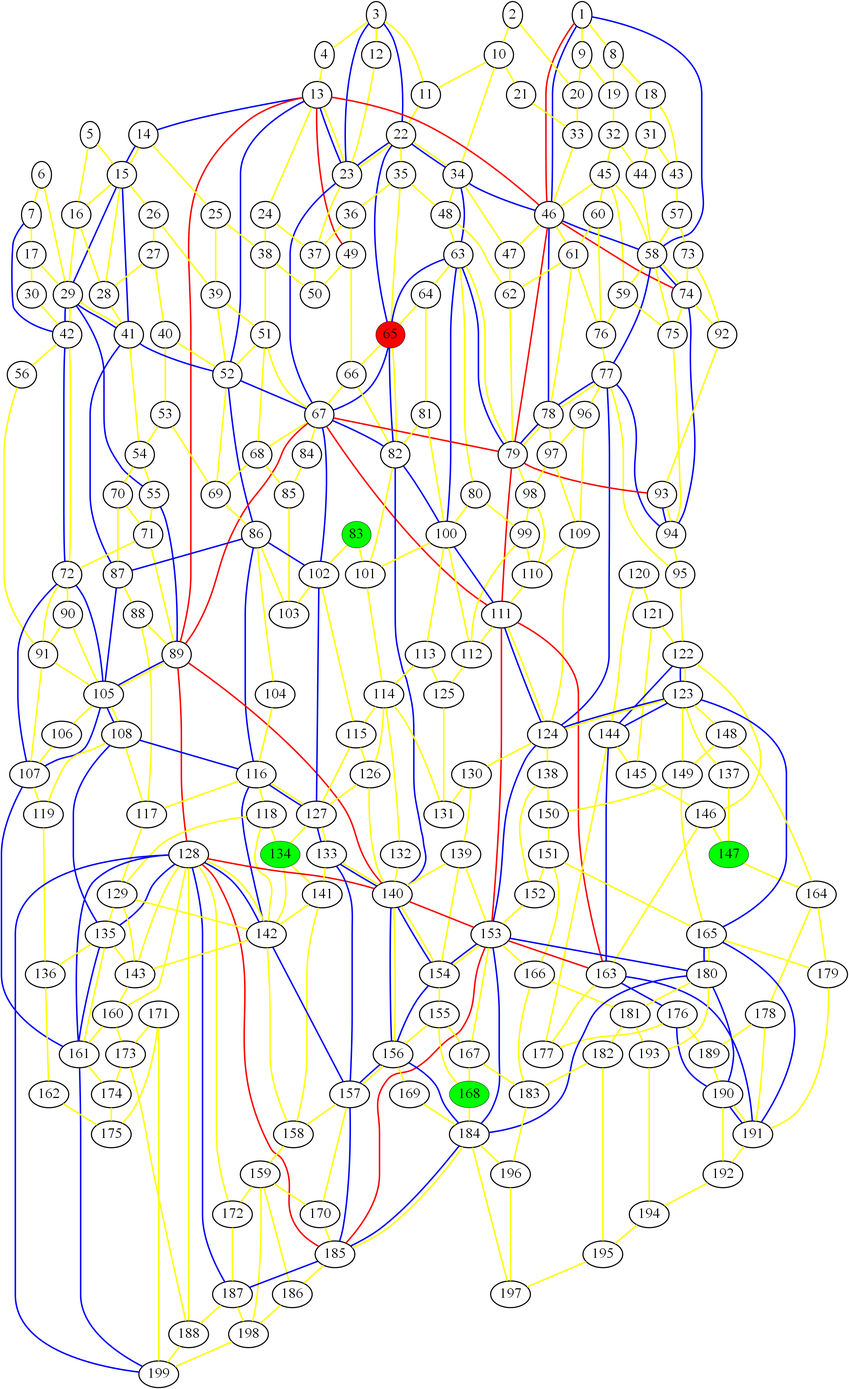
Earlier version of the Graphviz export graph_17.png (ed-churchill/complex-systems-project). Its source is kept beside it as graph_17.gv.
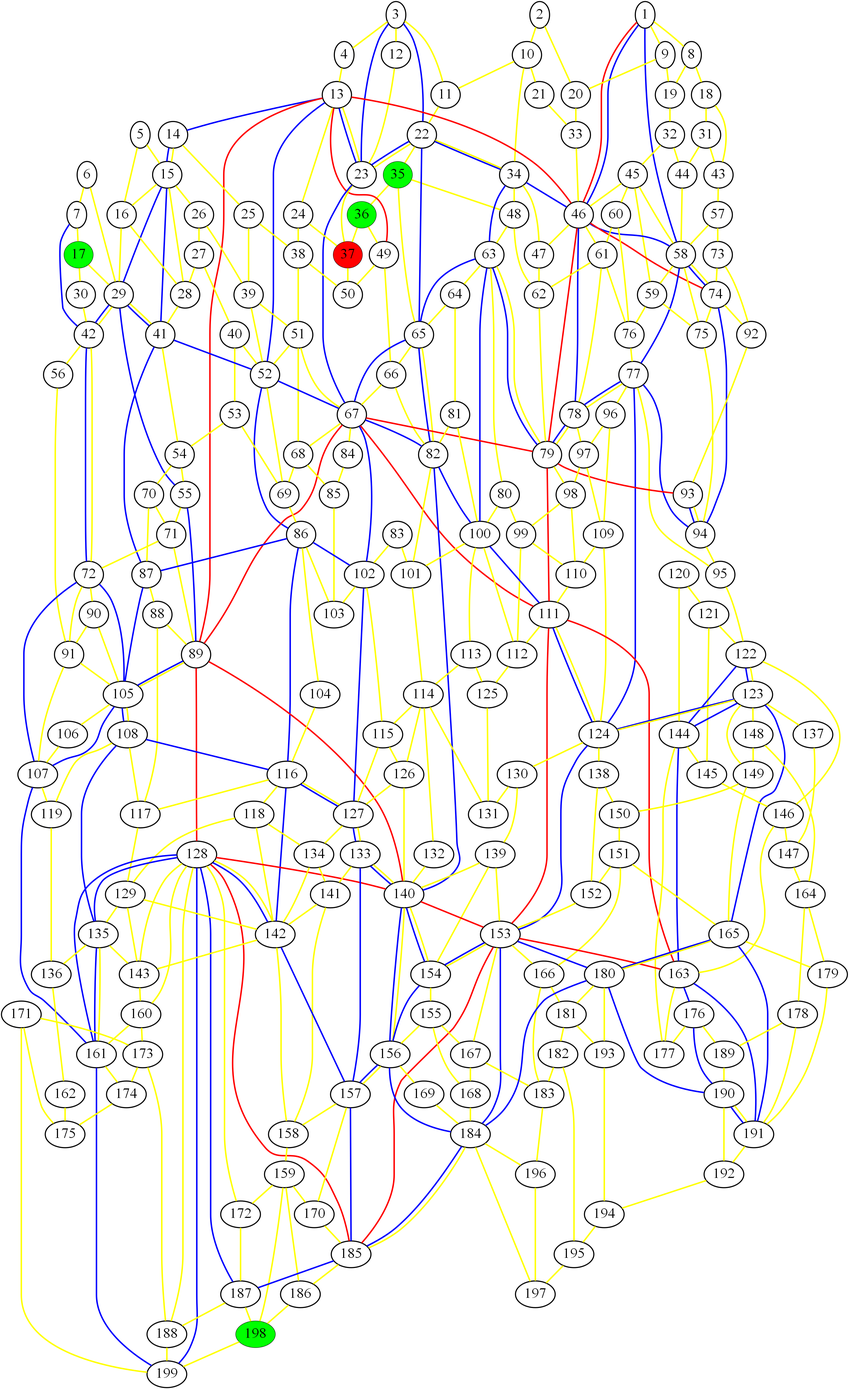
After the commit.

What changed in the source:
```diff
@@ -1,9 +1,9 @@
 graph london_graph {
-65 [fillcolor=red, fontsize=40, pendwidth=3, style=filled];
-134 [fillcolor=green, fontsize=40, pendwidth=3, style=filled];
-147 [fillcolor=green, fontsize=40, pendwidth=3, style=filled];
-168 [fillcolor=green, fontsize=40, pendwidth=3, style=filled];
-83 [fillcolor=green, fontsize=40, pendwidth=3, style=filled];
+37 [fillcolor=red, fontsize=40, pendwidth=3, style=filled];
+17 [fillcolor=green, fontsize=40, pendwidth=3, style=filled];
+36 [fillcolor=green, fontsize=40, pendwidth=3, style=filled];
+198 [fillcolor=green, fontsize=40, pendwidth=3, style=filled];
+35 [fillcolor=green, fontsize=40, pendwidth=3, style=filled];
 1 [fontsize=40, penwidth=3];
 2 [fontsize=40, penwidth=3];
 3 [fontsize=40, penwidth=3];
@@ -20,7 +20,6 @@
 14 [fontsize=40, penwidth=3];
 15 [fontsize=40, penwidth=3];
 16 [fontsize=40, penwidth=3];
-17 [fontsize=40, penwidth=3];
 18 [fontsize=40, penwidth=3];
 19 [fontsize=40, penwidth=3];
 20 [fontsize=40, penwidth=3];
@@ -38,9 +37,6 @@
 32 [fontsize=40, penwidth=3];
 33 [fontsize=40, penwidth=3];
 34 [fontsize=40, penwidth=3];
-35 [fontsize=40, penwidth=3];
-36 [fontsize=40, penwidth=3];
-37 [fontsize=40, penwidth=3];
 38 [fontsize=40, penwidth=3];
 39 [fontsize=40, penwidth=3];
 40 [fontsize=40, penwidth=3];
@@ -68,6 +64,7 @@
 62 [fontsize=40, penwidth=3];
 63 [fontsize=40, penwidth=3];
 64 [fontsize=40, penwidth=3];
+65 [fontsize=40, penwidth=3];
 66 [fontsize=40, penwidth=3];
 67 [fontsize=40, penwidth=3];
 68 [fontsize=40, penwidth=3];
@@ -85,6 +82,7 @@
 80 [fontsize=40, penwidth=3];
 81 [fontsize=40, penwidth=3];
 82 [fontsize=40, penwidth=3];
+83 [fontsize=40, penwidth=3];
 84 [fontsize=40, penwidth=3];
 85 [fontsize=40, penwidth=3];
 86 [fontsize=40, penwidth=3];
@@ -135,6 +133,7 @@
 131 [fontsize=40, penwidth=3];
 132 [fontsize=40, penwidth=3];
 133 [fontsize=40, penwidth=3];
+134 [fontsize=40, penwidth=3];
 135 [fontsize=40, penwidth=3];
 136 [fontsize=40, penwidth=3];
 137 [fontsize=40, penwidth=3];
@@ -147,6 +146,7 @@
 144 [fontsize=40, penwidth=3];
 145 [fontsize=40, penwidth=3];
 146 [fontsize=40, penwidth=3];
+147 [fontsize=40, penwidth=3];
 148 [fontsize=40, penwidth=3];
 149 [fontsize=40, penwidth=3];
 150 [fontsize=40, penwidth=3];
@@ -167,6 +167,7 @@
 165 [fontsize=40, penwidth=3];
 166 [fontsize=40, penwidth=3];
 167 [fontsize=40, penwidth=3];
+168 [fontsize=40, penwidth=3];
 169 [fontsize=40, penwidth=3];
 170 [fontsize=40, penwidth=3];
 171 [fontsize=40, penwidth=3];
@@ -196,7 +197,6 @@
 195 [fontsize=40, penwidth=3];
 196 [fontsize=40, penwidth=3];
 197 [fontsize=40, penwidth=3];
-198 [fontsize=40, penwidth=3];
 199 [fontsize=40, penwidth=3];
 1 -- 46  [color=red, penwidth=4];
 13 -- 46  [color=red, penwidth=4];
```
